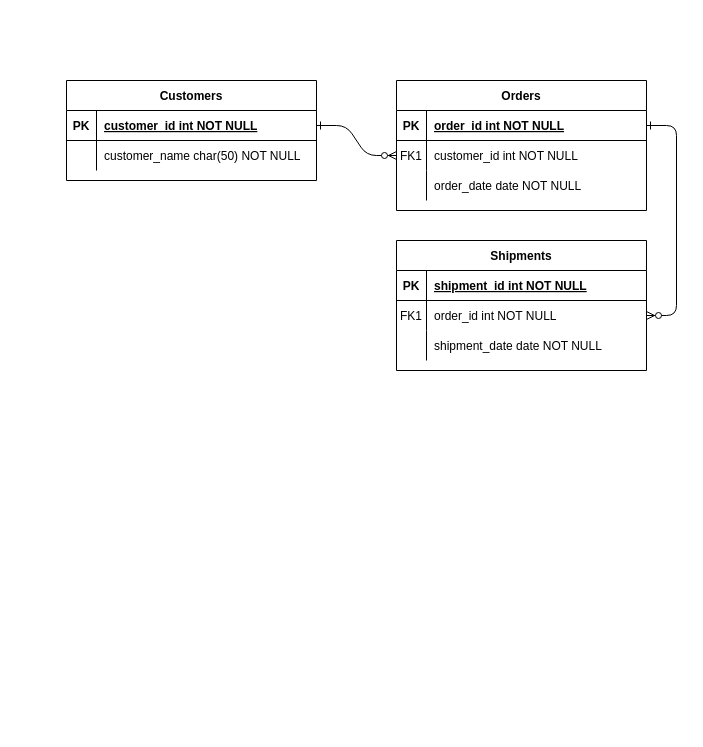
davidcuadrado/ItAcademyJava keeps this draw.io diagram as ItAcademyJava/Sprint2/mysql-estructura/Nivell1/Exercici1/Diagrama sin título.drawio. Above is the earlier version. Source tidied: cells renumbered, new cells numbered last; positions are measured from the earlier drawing's top-left corner, leaving out a move shared by most shapes. Both pictures are drawn from the tidied source at 100%, with x=0, y=0 at pixel (66, 80).
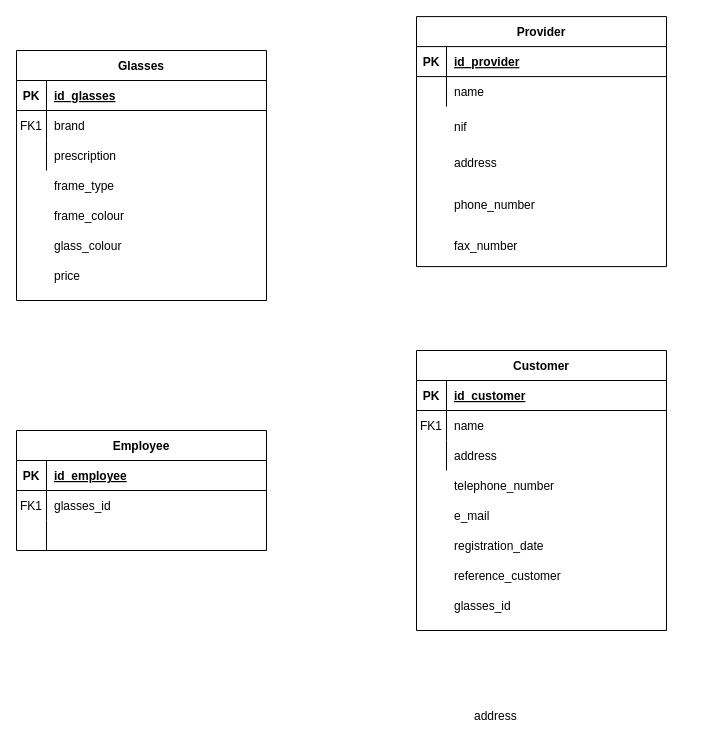
Above is the later version.

Unchanged cells that the change refers to:
```xml
<mxCell id="5" style="shape=partialRectangle;fillColor=none;points=[[0,0.5],[1,0.5]];portConstraint=eastwest;top=0;left=0;right=0;bottom=1;" parent="4" vertex="1">
  <mxGeometry y="30" width="250" height="30" as="geometry" />
</mxCell>
<mxCell id="8" style="shape=partialRectangle;fillColor=none;points=[[0,0.5],[1,0.5]];portConstraint=eastwest;top=0;left=0;right=0;bottom=0;" parent="4" vertex="1">
  <mxGeometry y="60" width="250" height="30" as="geometry" />
</mxCell>
<mxCell id="11" style="shape=partialRectangle;fillColor=none;top=0;left=0;right=0;bottom=0;" parent="4" vertex="1">
  <mxGeometry y="90" width="250" height="30" as="geometry" />
</mxCell>
<mxCell id="15" style="shape=partialRectangle;fillColor=none;top=0;left=0;right=0;bottom=1;" parent="14" vertex="1">
  <mxGeometry y="30" width="250" height="30" as="geometry" />
</mxCell>
<mxCell id="18" style="shape=partialRectangle;fillColor=none;points=[[0,0.5],[1,0.5]];portConstraint=eastwest;top=0;left=0;right=0;bottom=0;" parent="14" vertex="1">
  <mxGeometry y="60" width="250" height="30" as="geometry" />
</mxCell>
<mxCell id="21" style="shape=partialRectangle;fillColor=none;top=0;left=0;right=0;bottom=0;" parent="14" vertex="1">
  <mxGeometry y="90" width="250" height="30" as="geometry" />
</mxCell>
```

What changed in the source:
```diff
@@
-    <mxCell id="2" style="edgeStyle=entityRelationEdgeStyle;endArrow=ERzeroToMany;startArrow=ERone;endFill=1;startFill=0;" parent="1" edge="1" source="25" target="8">
-      <mxGeometry relative="1" as="geometry" />
-    </mxCell>
-    <mxCell id="3" style="edgeStyle=entityRelationEdgeStyle;endArrow=ERzeroToMany;startArrow=ERone;endFill=1;startFill=0;" parent="1" edge="1" source="5" target="18">
-      <mxGeometry relative="1" as="geometry" />
-    </mxCell>
+    <mxCell id="31" style="group;" parent="1" vertex="1">
+      <mxGeometry x="350" y="-50" width="250" height="250" as="geometry" />
+    </mxCell>
+    <mxCell id="32" style="group;" parent="31" vertex="1">
+      <mxGeometry y="-13.9" width="250" height="250" as="geometry" />
+    </mxCell>
+    <mxCell id="33" value="phone_number" style="shape=partialRectangle;overflow=hidden;fillColor=none;top=0;left=0;bottom=0;right=0;align=left;spacingLeft=6;" parent="32" vertex="1">
+      <mxGeometry x="30" y="166.7" width="220" height="41.7" as="geometry" />
+    </mxCell>
+    <mxCell id="34" value="fax_number" style="shape=partialRectangle;overflow=hidden;fillColor=none;top=0;left=0;bottom=0;right=0;align=left;spacingLeft=6;" parent="32" vertex="1">
+      <mxGeometry x="30" y="208.3" width="220" height="41.7" as="geometry" />
+    </mxCell>
+    <mxCell id="35" style="group;" parent="32" vertex="1">
+      <mxGeometry width="250" height="250" as="geometry" />
+    </mxCell>
+    <mxCell id="36" value="address" style="shape=partialRectangle;overflow=hidden;fillColor=none;top=0;left=0;bottom=0;right=0;align=left;spacingLeft=6;" parent="35" vertex="1">
+      <mxGeometry x="30" y="125" width="220" height="41.7" as="geometry" />
+    </mxCell>
+    <mxCell id="37" style="group;" parent="35" vertex="1">
+      <mxGeometry width="250" height="250" as="geometry" />
+    </mxCell>
+    <mxCell id="24" value="Provider" style="shape=table;startSize=30;childLayout=tableLayout;rowLines=0;fontStyle=1;align=center;" parent="37" vertex="1">
+      <mxGeometry width="250" height="250" as="geometry" />
+    </mxCell>
+    <mxCell id="25" style="shape=partialRectangle;fillColor=none;points=[[0,0.5],[1,0.5]];portConstraint=eastwest;top=0;left=0;right=0;bottom=1;" parent="24" vertex="1">
+      <mxGeometry y="30" width="250" height="30" as="geometry" />
+    </mxCell>
+    <mxCell id="26" value="PK" style="shape=partialRectangle;overflow=hidden;fillColor=none;top=0;left=0;bottom=0;right=0;fontStyle=1;" parent="25" vertex="1">
+      <mxGeometry width="30" height="30" as="geometry" />
+    </mxCell>
+    <mxCell id="27" value="id_provider" style="shape=partialRectangle;overflow=hidden;fillColor=none;top=0;left=0;bottom=0;right=0;align=left;spacingLeft=6;fontStyle=5;" parent="25" vertex="1">
+      <mxGeometry x="30" width="220" height="30" as="geometry" />
+    </mxCell>
+    <mxCell id="28" style="shape=partialRectangle;fillColor=none;top=0;left=0;right=0;bottom=0;" parent="24" vertex="1">
+      <mxGeometry y="60" width="250" height="30" as="geometry" />
+    </mxCell>
+    <mxCell id="29" style="shape=partialRectangle;overflow=hidden;fillColor=none;top=0;left=0;bottom=0;right=0;" parent="28" vertex="1">
+      <mxGeometry width="30" height="30" as="geometry" />
+    </mxCell>
+    <mxCell id="30" value="name" style="shape=partialRectangle;overflow=hidden;fillColor=none;top=0;left=0;bottom=0;right=0;align=left;spacingLeft=6;" parent="28" vertex="1">
+      <mxGeometry x="30" width="220" height="30" as="geometry" />
+    </mxCell>
+    <mxCell id="38" value="nif" style="shape=partialRectangle;overflow=hidden;fillColor=none;top=0;left=0;bottom=0;right=0;align=left;spacingLeft=6;" parent="37" vertex="1">
+      <mxGeometry x="30" y="95" width="220" height="30" as="geometry" />
+    </mxCell>
+    <mxCell id="39" style="group;" parent="1" vertex="1">
+      <mxGeometry x="-50" y="-30" width="250" height="250" as="geometry" />
+    </mxCell>
-    <mxCell id="4" value="Orders" style="shape=table;startSize=30;childLayout=tableLayout;rowLines=0;fontStyle=1;align=center;" parent="1" vertex="1">
-      <mxGeometry x="330" width="250" height="130" as="geometry" />
+    <mxCell id="4" value="Glasses" style="shape=table;startSize=30;childLayout=tableLayout;rowLines=0;fontStyle=1;align=center;" parent="39" vertex="1">
+      <mxGeometry width="250" height="250" as="geometry" />
     </mxCell>
@@
-    <mxCell id="7" value="order_id int NOT NULL " style="shape=partialRectangle;overflow=hidden;fillColor=none;top=0;left=0;bottom=0;right=0;align=left;spacingLeft=6;fontStyle=5;" parent="5" vertex="1">
+    <mxCell id="7" value="id_glasses" style="shape=partialRectangle;overflow=hidden;fillColor=none;top=0;left=0;bottom=0;right=0;align=left;spacingLeft=6;fontStyle=5;" parent="5" vertex="1">
       <mxGeometry x="30" width="220" height="30" as="geometry" />
     </mxCell>
@@
-    <mxCell id="10" value="customer_id int NOT NULL" style="shape=partialRectangle;overflow=hidden;fillColor=none;top=0;left=0;bottom=0;right=0;align=left;spacingLeft=6;" parent="8" vertex="1">
+    <mxCell id="10" value="brand" style="shape=partialRectangle;overflow=hidden;fillColor=none;top=0;left=0;bottom=0;right=0;align=left;spacingLeft=6;" parent="8" vertex="1">
       <mxGeometry x="30" width="220" height="30" as="geometry" />
     </mxCell>
@@
-    <mxCell id="13" value="order_date date NOT NULL" style="shape=partialRectangle;overflow=hidden;fillColor=none;top=0;left=0;bottom=0;right=0;align=left;spacingLeft=6;" parent="11" vertex="1">
+    <mxCell id="13" value="prescription" style="shape=partialRectangle;overflow=hidden;fillColor=none;top=0;left=0;bottom=0;right=0;align=left;spacingLeft=6;" parent="11" vertex="1">
       <mxGeometry x="30" width="220" height="30" as="geometry" />
     </mxCell>
+    <mxCell id="40" value="frame_type" style="shape=partialRectangle;overflow=hidden;fillColor=none;top=0;left=0;bottom=0;right=0;align=left;spacingLeft=6;" parent="39" vertex="1">
+      <mxGeometry x="30" y="120" width="220" height="30" as="geometry" />
+    </mxCell>
+    <mxCell id="41" value="glass_colour" style="shape=partialRectangle;overflow=hidden;fillColor=none;top=0;left=0;bottom=0;right=0;align=left;spacingLeft=6;" parent="39" vertex="1">
+      <mxGeometry x="30" y="180" width="220" height="30" as="geometry" />
+    </mxCell>
+    <mxCell id="42" value="frame_colour" style="shape=partialRectangle;overflow=hidden;fillColor=none;top=0;left=0;bottom=0;right=0;align=left;spacingLeft=6;" parent="39" vertex="1">
+      <mxGeometry x="30" y="150" width="220" height="30" as="geometry" />
+    </mxCell>
+    <mxCell id="43" value="price" style="shape=partialRectangle;overflow=hidden;fillColor=none;top=0;left=0;bottom=0;right=0;align=left;spacingLeft=6;" parent="39" vertex="1">
+      <mxGeometry x="30" y="210" width="220" height="30" as="geometry" />
+    </mxCell>
+    <mxCell id="44" style="group;" parent="1" vertex="1">
+      <mxGeometry x="350" y="270" width="250" height="310" as="geometry" />
+    </mxCell>
-    <mxCell id="14" value="Shipments" style="shape=table;startSize=30;childLayout=tableLayout;rowLines=0;fontStyle=1;align=center;" parent="1" vertex="1">
-      <mxGeometry x="330" y="160" width="250" height="130" as="geometry" />
+    <mxCell id="14" value="Customer" style="shape=table;startSize=30;childLayout=tableLayout;rowLines=0;fontStyle=1;align=center;" parent="44" vertex="1">
+      <mxGeometry width="250" height="280" as="geometry" />
     </mxCell>
@@
-    <mxCell id="17" value="shipment_id int NOT NULL " style="shape=partialRectangle;overflow=hidden;fillColor=none;top=0;left=0;bottom=0;right=0;align=left;spacingLeft=6;fontStyle=5;" parent="15" vertex="1">
+    <mxCell id="17" value="id_customer" style="shape=partialRectangle;overflow=hidden;fillColor=none;top=0;left=0;bottom=0;right=0;align=left;spacingLeft=6;fontStyle=5;" parent="15" vertex="1">
       <mxGeometry x="30" width="220" height="30" as="geometry" />
     </mxCell>
@@
-    <mxCell id="20" value="order_id int NOT NULL" style="shape=partialRectangle;overflow=hidden;fillColor=none;top=0;left=0;bottom=0;right=0;align=left;spacingLeft=6;" parent="18" vertex="1">
+    <mxCell id="20" value="name" style="shape=partialRectangle;overflow=hidden;fillColor=none;top=0;left=0;bottom=0;right=0;align=left;spacingLeft=6;" parent="18" vertex="1">
       <mxGeometry x="30" width="220" height="30" as="geometry" />
     </mxCell>
@@
-    <mxCell id="23" value="shipment_date date NOT NULL" style="shape=partialRectangle;overflow=hidden;fillColor=none;top=0;left=0;bottom=0;right=0;align=left;spacingLeft=6;" parent="21" vertex="1">
+    <mxCell id="23" value="address" style="shape=partialRectangle;overflow=hidden;fillColor=none;top=0;left=0;bottom=0;right=0;align=left;spacingLeft=6;" parent="21" vertex="1">
       <mxGeometry x="30" width="220" height="30" as="geometry" />
     </mxCell>
-    <mxCell id="24" value="Customers" style="shape=table;startSize=30;childLayout=tableLayout;rowLines=0;fontStyle=1;align=center;" parent="1" vertex="1">
-      <mxGeometry width="250" height="100" as="geometry" />
-    </mxCell>
-    <mxCell id="25" style="shape=partialRectangle;fillColor=none;points=[[0,0.5],[1,0.5]];portConstraint=eastwest;top=0;left=0;right=0;bottom=1;" parent="24" vertex="1">
-      <mxGeometry y="30" width="250" height="30" as="geometry" />
-    </mxCell>
-    <mxCell id="26" value="PK" style="shape=partialRectangle;overflow=hidden;fillColor=none;top=0;left=0;bottom=0;right=0;fontStyle=1;" parent="25" vertex="1">
-      <mxGeometry width="30" height="30" as="geometry" />
-    </mxCell>
-    <mxCell id="27" value="customer_id int NOT NULL " style="shape=partialRectangle;overflow=hidden;fillColor=none;top=0;left=0;bottom=0;right=0;align=left;spacingLeft=6;fontStyle=5;" parent="25" vertex="1">
-      <mxGeometry x="30" width="220" height="30" as="geometry" />
-    </mxCell>
-    <mxCell id="28" style="shape=partialRectangle;fillColor=none;top=0;left=0;right=0;bottom=0;" parent="24" vertex="1">
-      <mxGeometry y="60" width="250" height="30" as="geometry" />
-    </mxCell>
-    <mxCell id="29" style="shape=partialRectangle;overflow=hidden;fillColor=none;top=0;left=0;bottom=0;right=0;" parent="28" vertex="1">
-      <mxGeometry width="30" height="30" as="geometry" />
-    </mxCell>
-    <mxCell id="30" value="customer_name char(50) NOT NULL" style="shape=partialRectangle;overflow=hidden;fillColor=none;top=0;left=0;bottom=0;right=0;align=left;spacingLeft=6;" parent="28" vertex="1">
-      <mxGeometry x="30" width="220" height="30" as="geometry" />
-    </mxCell>
+    <mxCell id="45" value="telephone_number" style="shape=partialRectangle;overflow=hidden;fillColor=none;top=0;left=0;bottom=0;right=0;align=left;spacingLeft=6;" parent="44" vertex="1">
+      <mxGeometry x="30" y="120" width="220" height="30" as="geometry" />
+    </mxCell>
+    <mxCell id="46" value="e_mail" style="shape=partialRectangle;overflow=hidden;fillColor=none;top=0;left=0;bottom=0;right=0;align=left;spacingLeft=6;" parent="44" vertex="1">
+      <mxGeometry x="30" y="150" width="220" height="30" as="geometry" />
+    </mxCell>
+    <mxCell id="47" value="registration_date" style="shape=partialRectangle;overflow=hidden;fillColor=none;top=0;left=0;bottom=0;right=0;align=left;spacingLeft=6;" parent="44" vertex="1">
+      <mxGeometry x="30" y="180" width="220" height="30" as="geometry" />
+    </mxCell>
+    <mxCell id="48" value="reference_customer" style="shape=partialRectangle;overflow=hidden;fillColor=none;top=0;left=0;bottom=0;right=0;align=left;spacingLeft=6;" parent="44" vertex="1">
+      <mxGeometry x="30" y="210" width="220" height="30" as="geometry" />
+    </mxCell>
+    <mxCell id="49" value="glasses_id" style="shape=partialRectangle;overflow=hidden;fillColor=none;top=0;left=0;bottom=0;right=0;align=left;spacingLeft=6;" parent="44" vertex="1">
+      <mxGeometry x="30" y="240" width="220" height="30" as="geometry" />
+    </mxCell>
+    <mxCell id="50" style="group;" parent="1" vertex="1">
+      <mxGeometry x="-50" y="350" width="250" height="310" as="geometry" />
+    </mxCell>
+    <mxCell id="51" value="Employee" style="shape=table;startSize=30;childLayout=tableLayout;rowLines=0;fontStyle=1;align=center;" parent="50" vertex="1">
+      <mxGeometry width="250" height="120" as="geometry" />
+    </mxCell>
+    <mxCell id="52" style="shape=partialRectangle;fillColor=none;top=0;left=0;right=0;bottom=1;" parent="51" vertex="1">
+      <mxGeometry y="30" width="250" height="30" as="geometry" />
+    </mxCell>
+    <mxCell id="53" value="PK" style="shape=partialRectangle;overflow=hidden;fillColor=none;top=0;left=0;bottom=0;right=0;fontStyle=1;" parent="52" vertex="1">
+      <mxGeometry width="30" height="30" as="geometry" />
+    </mxCell>
+    <mxCell id="54" value="id_employee" style="shape=partialRectangle;overflow=hidden;fillColor=none;top=0;left=0;bottom=0;right=0;align=left;spacingLeft=6;fontStyle=5;" parent="52" vertex="1">
+      <mxGeometry x="30" width="220" height="30" as="geometry" />
+    </mxCell>
+    <mxCell id="55" style="shape=partialRectangle;fillColor=none;top=0;left=0;right=0;bottom=0;" parent="51" vertex="1">
+      <mxGeometry y="60" width="250" height="30" as="geometry" />
+    </mxCell>
+    <mxCell id="56" value="FK1" style="shape=partialRectangle;overflow=hidden;fillColor=none;top=0;left=0;bottom=0;right=0;" parent="55" vertex="1">
+      <mxGeometry width="30" height="30" as="geometry" />
+    </mxCell>
+    <mxCell id="57" style="shape=partialRectangle;overflow=hidden;fillColor=none;top=0;left=0;bottom=0;right=0;align=left;spacingLeft=6;" parent="55" vertex="1">
+      <mxGeometry x="30" width="220" height="30" as="geometry" />
+    </mxCell>
+    <mxCell id="58" style="shape=partialRectangle;fillColor=none;top=0;left=0;right=0;bottom=0;" parent="51" vertex="1">
+      <mxGeometry y="90" width="250" height="30" as="geometry" />
+    </mxCell>
+    <mxCell id="59" style="shape=partialRectangle;overflow=hidden;fillColor=none;top=0;left=0;bottom=0;right=0;" parent="58" vertex="1">
+      <mxGeometry width="30" height="30" as="geometry" />
+    </mxCell>
+    <mxCell id="60" style="shape=partialRectangle;overflow=hidden;fillColor=none;top=0;left=0;bottom=0;right=0;align=left;spacingLeft=6;" parent="58" vertex="1">
+      <mxGeometry x="30" width="220" height="30" as="geometry" />
+    </mxCell>
+    <mxCell id="61" value="glasses_id" style="shape=partialRectangle;overflow=hidden;fillColor=none;top=0;left=0;bottom=0;right=0;align=left;spacingLeft=6;" parent="50" vertex="1">
+      <mxGeometry x="30" y="60" width="220" height="30" as="geometry" />
+    </mxCell>
+    <mxCell id="62" value="address" style="shape=partialRectangle;overflow=hidden;fillColor=none;top=0;left=0;bottom=0;right=0;align=left;spacingLeft=6;" parent="1" vertex="1">
+      <mxGeometry x="400" y="620" width="220" height="30" as="geometry" />
+    </mxCell>
```
